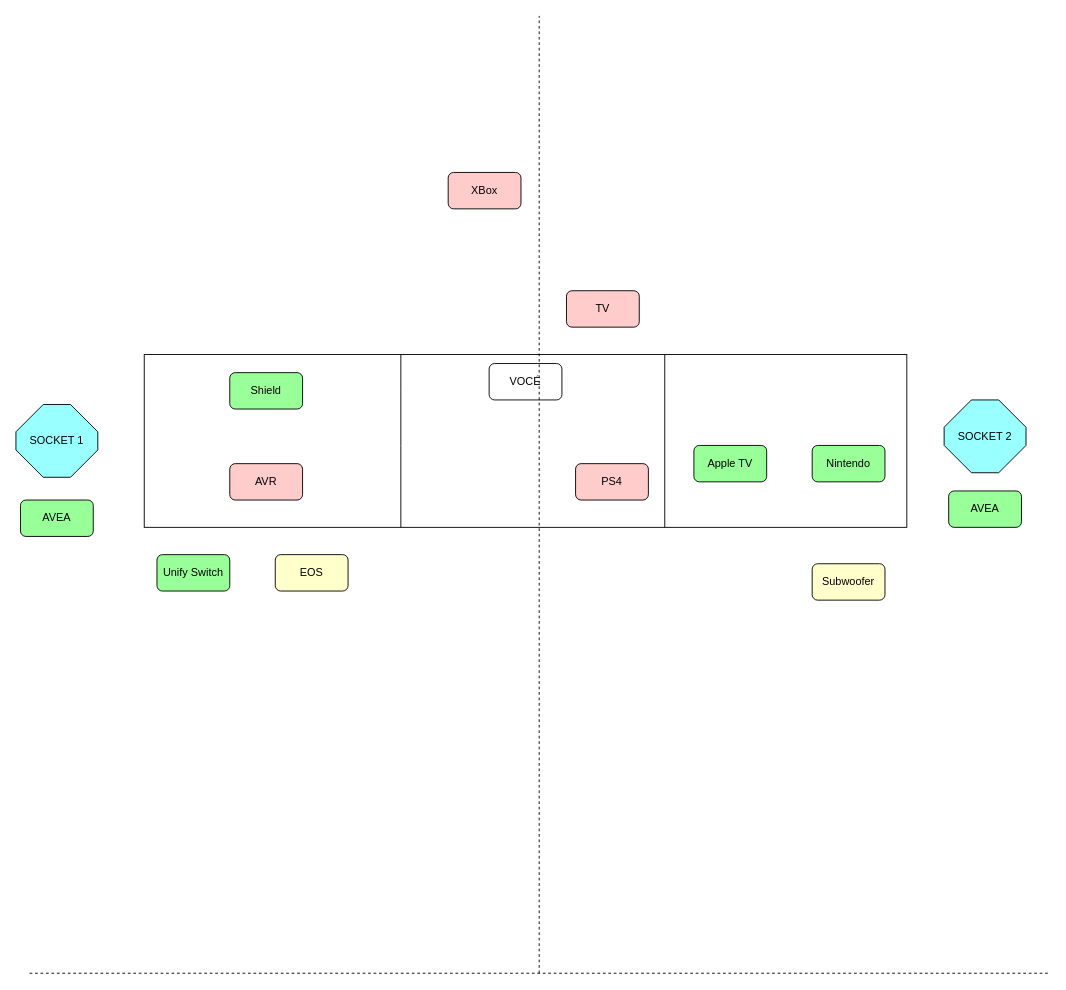
This is .github/Untitled Diagram.drawio from lilpharao/lilpharao, a draw.io file, before an edit. Source tidied: cells renumbered, new cells numbered last; positions are measured from the earlier drawing's top-left corner, leaving out a move shared by most shapes. Both pictures are drawn from the tidied source at 91%, with x=0, y=0 at pixel (15, 15).
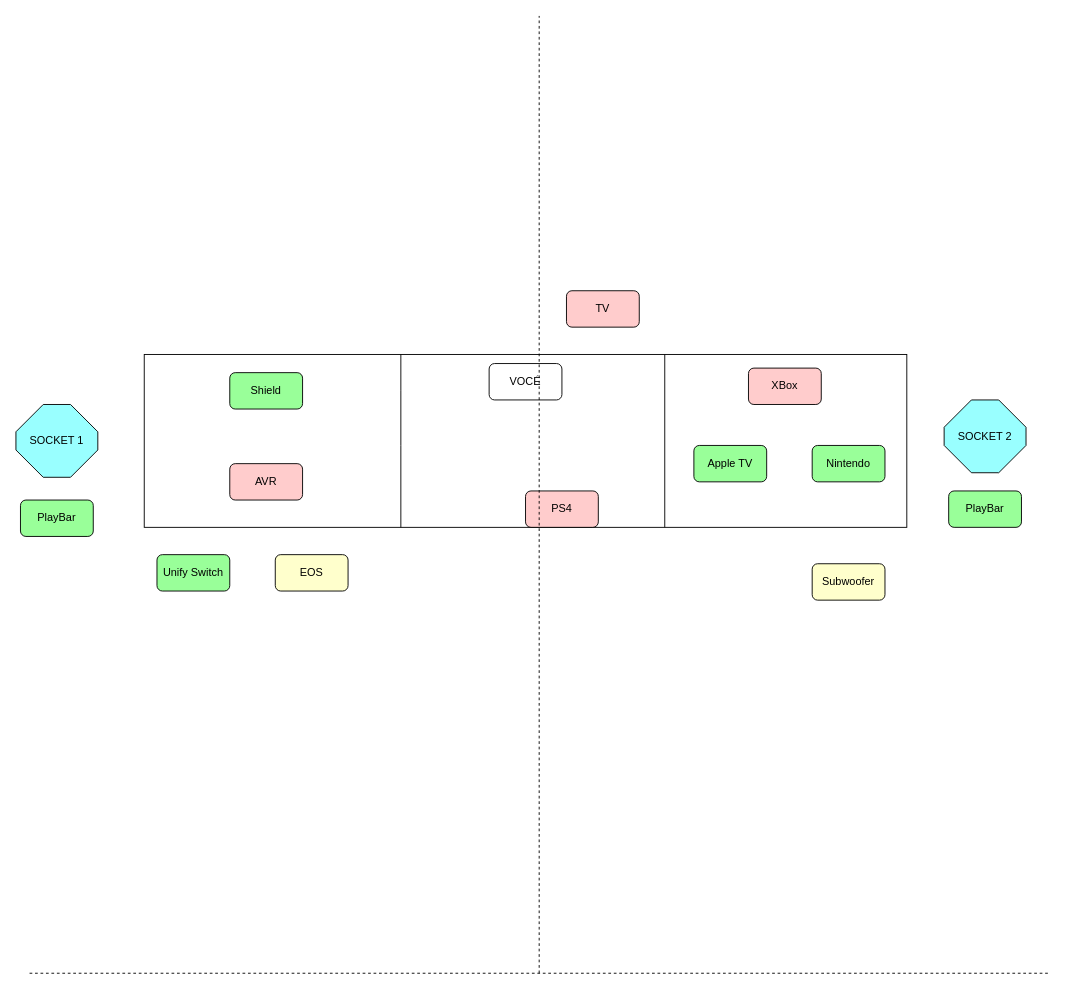
After the change.

Diff of the diagram source:
```diff
@@
     <mxCell id="3" value="PS4" style="rounded=1;whiteSpace=wrap;html=1;fillColor=#FFCCCC;" parent="1" vertex="1">
-      <mxGeometry x="615" y="492" width="80" height="40" as="geometry" />
+      <mxGeometry x="560" y="522" width="80" height="40" as="geometry" />
     </mxCell>
@@
-    <mxCell id="10" value="AVEA" style="rounded=1;whiteSpace=wrap;html=1;fillColor=#99FF99;" parent="1" vertex="1">
+    <mxCell id="10" value="PlayBar" style="rounded=1;whiteSpace=wrap;html=1;fillColor=#99FF99;" parent="1" vertex="1">
       <mxGeometry x="5" y="532" width="80" height="40" as="geometry" />
     </mxCell>
-    <mxCell id="11" value="AVEA" style="rounded=1;whiteSpace=wrap;html=1;fillColor=#99FF99;" parent="1" vertex="1">
+    <mxCell id="11" value="PlayBar" style="rounded=1;whiteSpace=wrap;html=1;fillColor=#99FF99;" parent="1" vertex="1">
       <mxGeometry x="1025" y="522" width="80" height="40" as="geometry" />
     </mxCell>
@@
     <mxCell id="19" value="XBox" style="rounded=1;whiteSpace=wrap;html=1;fillColor=#FFCCCC;" parent="1" vertex="1">
-      <mxGeometry x="475" y="172" width="80" height="40" as="geometry" />
+      <mxGeometry x="805" y="387" width="80" height="40" as="geometry" />
     </mxCell>
```
